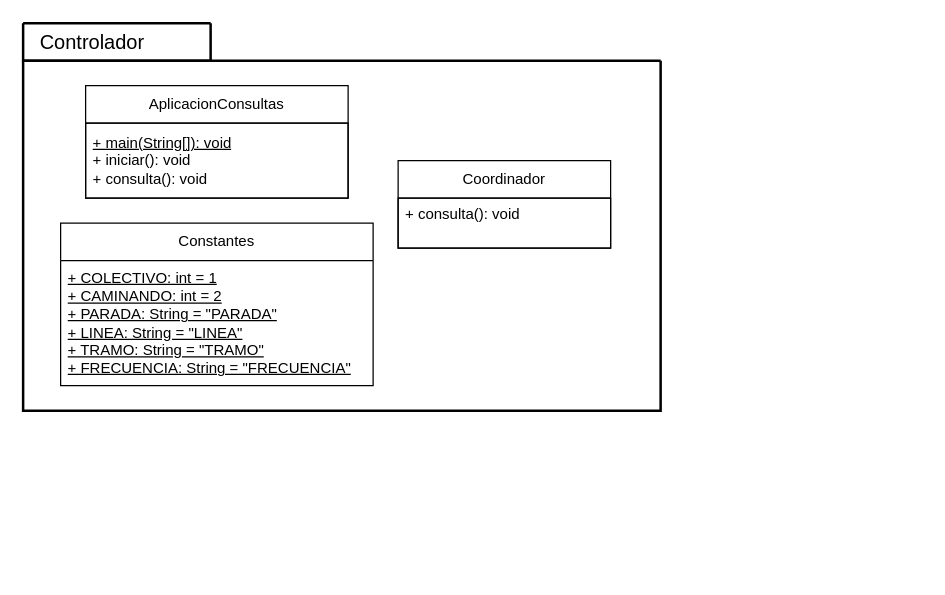
This is src/colectivo/doc/uml/drawio/colectivo.controlador.drawio from AverageZeko/POO-colectivos, a draw.io file, before an edit. Source tidied: cells renumbered, new cells numbered last; positions are measured from the earlier drawing's top-left corner, leaving out a move shared by most shapes. Both pictures are drawn from the tidied source at 125%, with x=0, y=0 at pixel (22, 22).
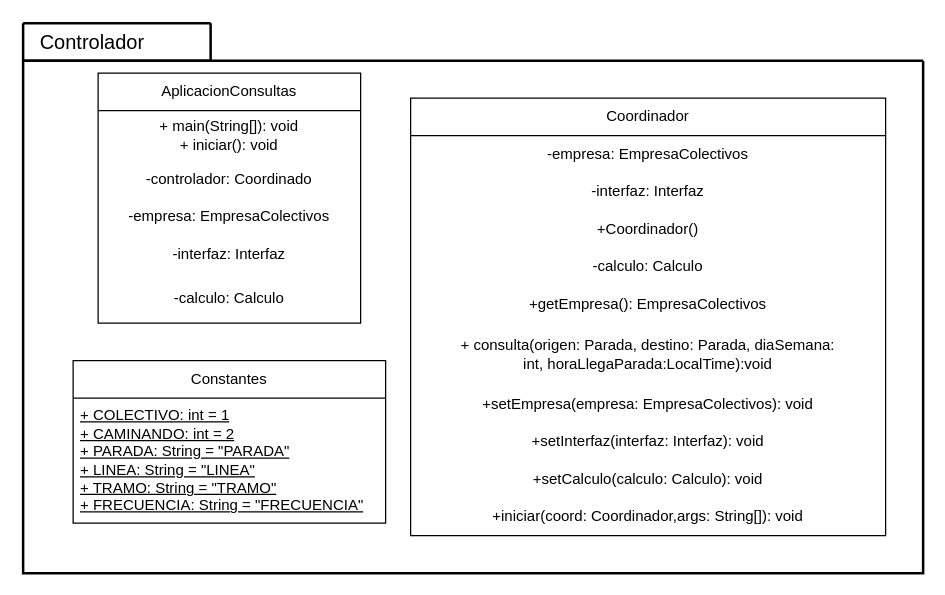
Above is the later version.

Diff of the diagram source:
```diff
@@
     <mxCell id="2" style="swimlane;startSize=0;align=center;strokeWidth=2;" parent="1" vertex="1">
-      <mxGeometry y="30" width="510" height="280" as="geometry" />
+      <mxGeometry y="30" width="720" height="410" as="geometry" />
     </mxCell>
     <mxCell id="3" value="AplicacionConsultas" style="swimlane;fontStyle=0;horizontal=1;startSize=30;whiteSpace=wrap;html=1;" parent="2" vertex="1">
-      <mxGeometry x="50" y="20" width="210" height="90" as="geometry" />
+      <mxGeometry x="60" y="10" width="210" height="200" as="geometry" />
     </mxCell>
-    <mxCell id="4" value="&lt;div&gt;&lt;u&gt;+ main(String[]): void&lt;/u&gt;&lt;/div&gt;&lt;div&gt;+ iniciar(): void&lt;/div&gt;&lt;div&gt;+ consulta(): void&lt;/div&gt;" style="text;strokeColor=default;fillColor=none;align=left;verticalAlign=middle;spacingLeft=4;spacingRight=4;overflow=hidden;whiteSpace=wrap;html=1;" parent="3" vertex="1">
-      <mxGeometry y="30" width="210" height="60" as="geometry" />
-    </mxCell>
+    <mxCell id="11" value="+ main(String[]): void&#10;+ iniciar(): void" style="text;whiteSpace=wrap;strokeColor=none;fillColor=none;align=center;verticalAlign=middle;rounded=0;" parent="3" vertex="1">
+      <mxGeometry y="30" width="210" height="40" as="geometry" />
+    </mxCell>
+    <mxCell id="12" value="-controlador: Coordinado" style="text;whiteSpace=wrap;strokeColor=none;fillColor=none;align=center;verticalAlign=middle;rounded=0;" parent="3" vertex="1">
+      <mxGeometry y="70" width="210" height="30" as="geometry" />
+    </mxCell>
+    <mxCell id="13" value="-empresa: EmpresaColectivos" style="text;whiteSpace=wrap;strokeColor=none;fillColor=none;align=center;verticalAlign=middle;rounded=0;" parent="3" vertex="1">
+      <mxGeometry y="100" width="210" height="30" as="geometry" />
+    </mxCell>
+    <mxCell id="14" value="-interfaz: Interfaz" style="text;whiteSpace=wrap;strokeColor=none;fillColor=none;align=center;verticalAlign=middle;rounded=0;" parent="3" vertex="1">
+      <mxGeometry y="130" width="210" height="30" as="geometry" />
+    </mxCell>
+    <mxCell id="15" value="-calculo: Calculo " style="text;whiteSpace=wrap;strokeColor=none;fillColor=none;align=center;verticalAlign=middle;rounded=0;" parent="3" vertex="1">
+      <mxGeometry y="160" width="210" height="40" as="geometry" />
+    </mxCell>
     <mxCell id="5" value="Constantes" style="swimlane;fontStyle=0;horizontal=1;startSize=30;whiteSpace=wrap;html=1;" parent="2" vertex="1">
-      <mxGeometry x="30" y="130" width="250" height="130" as="geometry" />
+      <mxGeometry x="40" y="240" width="250" height="130" as="geometry" />
     </mxCell>
@@
     <mxCell id="7" value="Coordinador" style="swimlane;fontStyle=0;horizontal=1;startSize=30;whiteSpace=wrap;html=1;" parent="2" vertex="1">
-      <mxGeometry x="300" y="80" width="170" height="70" as="geometry" />
+      <mxGeometry x="310" y="30" width="380" height="350" as="geometry" />
     </mxCell>
-    <mxCell id="8" value="+ consulta(): void&lt;div&gt;&lt;br&gt;&lt;/div&gt;" style="text;strokeColor=default;fillColor=none;align=left;verticalAlign=middle;spacingLeft=4;spacingRight=4;overflow=hidden;whiteSpace=wrap;html=1;" parent="7" vertex="1">
-      <mxGeometry y="30" width="170" height="40" as="geometry" />
-    </mxCell>
+    <mxCell id="16" value="-empresa: EmpresaColectivos " style="text;whiteSpace=wrap;strokeColor=none;fillColor=none;align=center;verticalAlign=middle;rounded=0;" parent="7" vertex="1">
+      <mxGeometry y="30" width="380" height="30" as="geometry" />
+    </mxCell>
+    <mxCell id="17" value="-interfaz: Interfaz   " style="text;whiteSpace=wrap;strokeColor=none;fillColor=none;align=center;verticalAlign=middle;rounded=0;" parent="7" vertex="1">
+      <mxGeometry y="60" width="380" height="30" as="geometry" />
+    </mxCell>
+    <mxCell id="18" value="+Coordinador()" style="text;whiteSpace=wrap;strokeColor=none;fillColor=none;align=center;verticalAlign=middle;rounded=0;" parent="7" vertex="1">
+      <mxGeometry y="90" width="380" height="30" as="geometry" />
+    </mxCell>
+    <mxCell id="19" value="-calculo: Calculo  " style="text;whiteSpace=wrap;strokeColor=none;fillColor=none;align=center;verticalAlign=middle;rounded=0;" parent="7" vertex="1">
+      <mxGeometry y="120" width="380" height="30" as="geometry" />
+    </mxCell>
+    <mxCell id="20" value="+getEmpresa(): EmpresaColectivos" style="text;whiteSpace=wrap;strokeColor=none;fillColor=none;align=center;verticalAlign=middle;rounded=0;" parent="7" vertex="1">
+      <mxGeometry y="150" width="380" height="30" as="geometry" />
+    </mxCell>
+    <mxCell id="21" value="+ consulta(origen: Parada, destino: Parada, diaSemana: int, horaLlegaParada:LocalTime):void" style="text;whiteSpace=wrap;strokeColor=none;fillColor=none;align=center;verticalAlign=middle;rounded=0;" parent="7" vertex="1">
+      <mxGeometry y="180" width="380" height="50" as="geometry" />
+    </mxCell>
+    <mxCell id="22" value="+setEmpresa(empresa: EmpresaColectivos): void" style="text;whiteSpace=wrap;strokeColor=none;fillColor=none;align=center;verticalAlign=middle;rounded=0;" parent="7" vertex="1">
+      <mxGeometry y="230" width="380" height="30" as="geometry" />
+    </mxCell>
+    <mxCell id="23" value="+setInterfaz(interfaz: Interfaz): void" style="text;whiteSpace=wrap;strokeColor=none;fillColor=none;align=center;verticalAlign=middle;rounded=0;" parent="7" vertex="1">
+      <mxGeometry y="260" width="380" height="30" as="geometry" />
+    </mxCell>
+    <mxCell id="24" value="+setCalculo(calculo: Calculo): void" style="text;whiteSpace=wrap;strokeColor=none;fillColor=none;align=center;verticalAlign=middle;rounded=0;" parent="7" vertex="1">
+      <mxGeometry y="290" width="380" height="30" as="geometry" />
+    </mxCell>
+    <mxCell id="25" value="+iniciar(coord: Coordinador,args: String[]): void" style="text;strokeColor=none;fillColor=none;align=center;verticalAlign=middle;rounded=0;fontColor=default;labelBackgroundColor=none;labelBorderColor=none;whiteSpace=wrap;" parent="7" vertex="1">
+      <mxGeometry y="320" width="380" height="30" as="geometry" />
+    </mxCell>
-    <mxCell id="9" style="swimlane;startSize=0;strokeWidth=2;" parent="1" vertex="1">
-      <mxGeometry width="150" height="30" as="geometry" />
+    <mxCell id="9" style="swimlane;startSize=0;strokeWidth=2;" parent="2" vertex="1">
+      <mxGeometry y="-30" width="150" height="30" as="geometry" />
     </mxCell>
-    <mxCell id="10" value="Controlador" style="text;html=1;align=center;verticalAlign=middle;strokeColor=none;fillColor=none;fontSize=16;" parent="9" vertex="1">
+    <mxCell id="10" value="Controlador" style="text;html=1;align=center;verticalAlign=middle;strokeColor=none;fillColor=none;fontSize=16;" parent="1" vertex="1">
       <mxGeometry width="110" height="30" as="geometry" />
     </mxCell>
```
